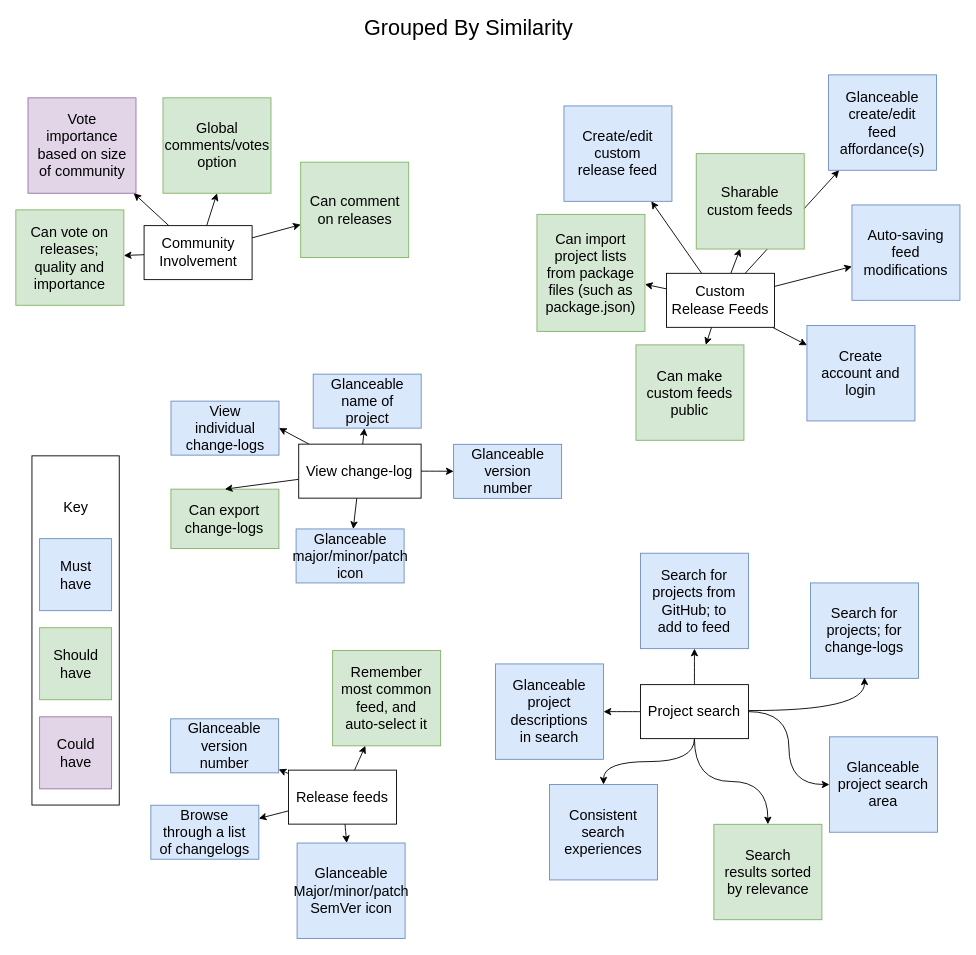
The draw.io diagram page "Page-1" (1 of 3) of design/3 — Structure/working files/User Stories Mind Map.drawio in dbpiper/Archimedes, before the edit. Source tidied: cells renumbered, new cells numbered last; positions are measured from the earlier drawing's top-left corner, leaving out a move shared by most shapes. Both pictures are drawn from the tidied source at 90%, with x=0, y=0 at pixel (15, 19).
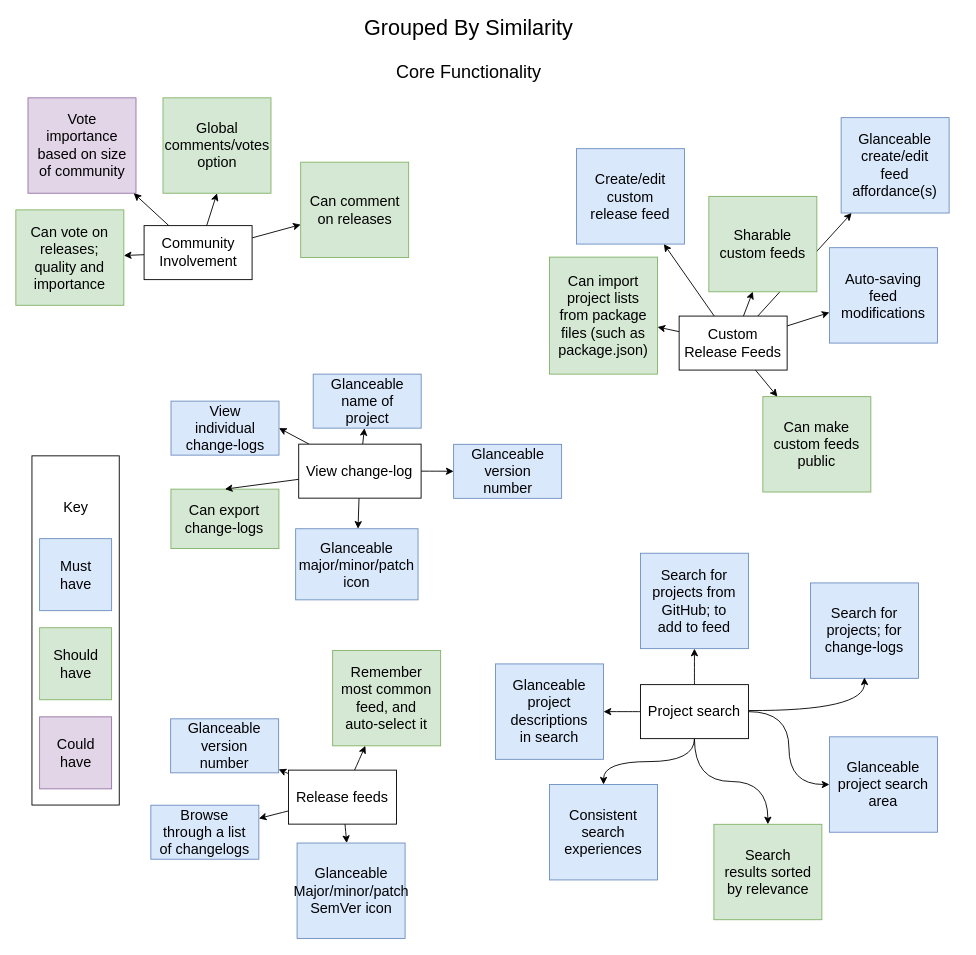
Above is the later version.

Commit message (it also covers changes not shown here):
design(structure): fill-in some gaps with more user stories

What changed in the source:
```diff
@@
     <mxCell id="5" value="&lt;div&gt;Create/edit custom release feed&lt;/div&gt;" style="rounded=0;whiteSpace=wrap;html=1;fontSize=16;fillColor=#dae8fc;strokeColor=#6c8ebf;spacing=10;" parent="1" vertex="1">
-      <mxGeometry x="609.1" y="96.2" width="120" height="106" as="geometry" />
+      <mxGeometry x="623.1" y="143.7" width="120" height="106" as="geometry" />
     </mxCell>
-    <mxCell id="6" value="Create account and login" style="rounded=0;whiteSpace=wrap;html=1;fontSize=16;fillColor=#dae8fc;strokeColor=#6c8ebf;spacing=10;" parent="1" vertex="1">
-      <mxGeometry x="879.1" y="340.2" width="120" height="106" as="geometry" />
-    </mxCell>
@@
     <mxCell id="9" value="Glanceable create/edit feed affordance(s)" style="rounded=0;whiteSpace=wrap;html=1;fontSize=16;fillColor=#dae8fc;strokeColor=#6c8ebf;spacing=10;" parent="1" vertex="1">
-      <mxGeometry x="903.1" y="61.7" width="120" height="106" as="geometry" />
+      <mxGeometry x="917.1" y="109.2" width="120" height="106" as="geometry" />
     </mxCell>
@@
     <mxCell id="16" value="Can make custom feeds public" style="rounded=0;whiteSpace=wrap;html=1;fontSize=16;fillColor=#d5e8d4;strokeColor=#82b366;spacing=10;" parent="1" vertex="1">
-      <mxGeometry x="689.1" y="361.7" width="120" height="106" as="geometry" />
+      <mxGeometry x="830.1" y="419.2" width="120" height="106" as="geometry" />
     </mxCell>
@@
-    <mxCell id="26" style="jettySize=auto;html=1;fontSize=16;" parent="1" edge="1" source="32" target="6">
-      <mxGeometry relative="1" as="geometry" />
-    </mxCell>
@@
     <mxCell id="32" value="Custom Release Feeds" style="rounded=0;whiteSpace=wrap;html=1;fontSize=16;" parent="1" vertex="1">
-      <mxGeometry x="723.1" y="282.2" width="120" height="60" as="geometry" />
+      <mxGeometry x="737.1" y="329.7" width="120" height="60" as="geometry" />
     </mxCell>
@@
     <mxCell id="60" value="Glanceable major/minor/patch icon" style="rounded=0;whiteSpace=wrap;html=1;fontSize=16;fillColor=#dae8fc;strokeColor=#6c8ebf;spacing=10;" parent="1" vertex="1">
-      <mxGeometry x="311.5" y="566.2" width="120" height="60" as="geometry" />
+      <mxGeometry x="311" y="566" width="136" height="79" as="geometry" />
     </mxCell>
     <mxCell id="61" value="Auto-saving feed modifications " style="rounded=0;whiteSpace=wrap;html=1;fontSize=16;fillColor=#dae8fc;strokeColor=#6c8ebf;spacing=10;" parent="1" vertex="1">
-      <mxGeometry x="929.1" y="206.2" width="120" height="106" as="geometry" />
+      <mxGeometry x="904.1" y="253.7" width="120" height="106" as="geometry" />
     </mxCell>
     <mxCell id="62" value="Can import project lists from package files (such as package.json)" style="rounded=0;whiteSpace=wrap;html=1;fontSize=16;fillColor=#d5e8d4;strokeColor=#82b366;spacing=10;" parent="1" vertex="1">
-      <mxGeometry x="579.1" y="216.7" width="120" height="130" as="geometry" />
+      <mxGeometry x="593.1" y="264.2" width="120" height="130" as="geometry" />
     </mxCell>
     <mxCell id="63" value="Sharable custom feeds" style="rounded=0;whiteSpace=wrap;html=1;fontSize=16;fillColor=#d5e8d4;strokeColor=#82b366;spacing=10;" parent="1" vertex="1">
-      <mxGeometry x="756.1" y="149.2" width="120" height="106" as="geometry" />
+      <mxGeometry x="770.1" y="196.7" width="120" height="106" as="geometry" />
     </mxCell>
@@
+    <mxCell id="65" value="&lt;font style=&quot;font-size: 20px&quot;&gt;Core Functionality&lt;/font&gt;" style="text;html=1;strokeColor=none;fillColor=none;align=center;verticalAlign=middle;whiteSpace=wrap;rounded=0;fontSize=16;" parent="1" vertex="1">
+      <mxGeometry x="372.5" y="48" width="261" height="20" as="geometry" />
+    </mxCell>
```
